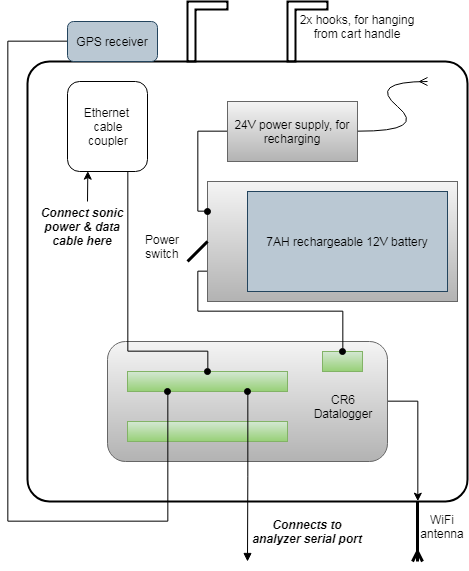
This is img/logger-setup.png from patricktokeeffe/ch4-plume-study, a draw.io export, as it was before one commit. Source tidied: cells renumbered, new cells last; positions are measured from the earlier drawing's top-left corner, leaving out a move shared by most shapes. Source of this version:
```xml
<mxGraphModel>
  <root>
    <mxCell id="0" />
    <mxCell id="1" parent="0" />
    <mxCell id="2" style="rounded=1;whiteSpace=wrap;html=1;fillColor=none;arcSize=5;strokeWidth=2;" parent="1" vertex="1">
      <mxGeometry x="20" y="60" width="440" height="440" as="geometry" />
    </mxCell>
    <mxCell id="3" style="edgeStyle=orthogonalEdgeStyle;rounded=0;html=1;exitX=1;exitY=0.5;exitDx=0;exitDy=0;entryX=0.75;entryY=1;entryDx=0;entryDy=0;jettySize=auto;" parent="1" edge="1" source="4">
      <mxGeometry relative="1" as="geometry">
        <mxPoint x="410" y="500" as="targetPoint" />
        <Array as="points">
          <mxPoint x="410" y="400" />
        </Array>
      </mxGeometry>
    </mxCell>
    <mxCell id="4" style="rounded=1;whiteSpace=wrap;html=1;fillColor=#f5f5f5;strokeColor=#666666;gradientColor=#b3b3b3;" parent="1" vertex="1">
      <mxGeometry x="100" y="340" width="280" height="120" as="geometry" />
    </mxCell>
    <mxCell id="5" style="rounded=0;whiteSpace=wrap;html=1;fillColor=#d5e8d4;strokeColor=#82b366;gradientColor=#97d077;" parent="1" vertex="1">
      <mxGeometry x="315" y="350" width="40" height="20" as="geometry" />
    </mxCell>
    <mxCell id="6" style="rounded=0;whiteSpace=wrap;html=1;fillColor=#d5e8d4;strokeColor=#82b366;gradientColor=#97d077;" parent="1" vertex="1">
      <mxGeometry x="120" y="370" width="160" height="20" as="geometry" />
    </mxCell>
    <mxCell id="7" style="rounded=0;whiteSpace=wrap;html=1;fillColor=#d5e8d4;strokeColor=#82b366;gradientColor=#97d077;" parent="1" vertex="1">
      <mxGeometry x="120" y="420" width="160" height="20" as="geometry" />
    </mxCell>
    <mxCell id="8" value="CR6&lt;br&gt;Datalogger&lt;br&gt;" style="text;html=1;strokeColor=none;fillColor=none;align=center;verticalAlign=middle;whiteSpace=wrap;rounded=0;" parent="1" vertex="1">
      <mxGeometry x="300" y="380" width="70" height="50" as="geometry" />
    </mxCell>
    <mxCell id="9" style="endArrow=ERmany;html=1;exitX=0.75;exitY=1;exitDx=0;exitDy=0;strokeWidth=3;endFill=0;" parent="1" edge="1">
      <mxGeometry relative="1" as="geometry">
        <mxPoint x="410" y="500" as="sourcePoint" />
        <mxPoint x="410" y="560" as="targetPoint" />
      </mxGeometry>
    </mxCell>
    <mxCell id="10" value="WiFi&lt;br&gt;antenna&lt;br&gt;" style="text;html=1;strokeColor=none;fillColor=none;align=center;verticalAlign=middle;whiteSpace=wrap;rounded=0;" parent="1" vertex="1">
      <mxGeometry x="410" y="510" width="50" height="30" as="geometry" />
    </mxCell>
    <mxCell id="11" style="edgeStyle=orthogonalEdgeStyle;rounded=0;html=1;exitX=0;exitY=0.75;exitDx=0;exitDy=0;entryX=0.5;entryY=0;entryDx=0;entryDy=0;jettySize=auto;endArrow=oval;endFill=1;" parent="1" edge="1" source="12" target="5">
      <mxGeometry relative="1" as="geometry">
        <Array as="points">
          <mxPoint x="190" y="270" />
          <mxPoint x="190" y="310" />
          <mxPoint x="335" y="310" />
        </Array>
      </mxGeometry>
    </mxCell>
    <mxCell id="12" style="rounded=0;whiteSpace=wrap;html=1;fillColor=#f5f5f5;strokeColor=#666666;gradientColor=#b3b3b3;" parent="1" vertex="1">
      <mxGeometry x="200" y="180" width="250" height="120" as="geometry" />
    </mxCell>
    <mxCell id="13" value="7AH rechargeable 12V battery" style="rounded=0;whiteSpace=wrap;html=1;fillColor=#bac8d3;strokeColor=#23445d;" parent="1" vertex="1">
      <mxGeometry x="240" y="190" width="200" height="100" as="geometry" />
    </mxCell>
    <mxCell id="14" style="edgeStyle=orthogonalEdgeStyle;rounded=0;html=1;exitX=0.75;exitY=1;exitDx=0;exitDy=0;entryX=0.5;entryY=0;entryDx=0;entryDy=0;jettySize=auto;endArrow=oval;endFill=1;" parent="1" edge="1" source="15" target="6">
      <mxGeometry relative="1" as="geometry">
        <Array as="points">
          <mxPoint x="120" y="350" />
          <mxPoint x="200" y="350" />
        </Array>
      </mxGeometry>
    </mxCell>
    <mxCell id="15" value="Ethernet&amp;nbsp;&lt;br&gt;cable&lt;br&gt;coupler&lt;br&gt;" style="rounded=1;whiteSpace=wrap;html=1;" parent="1" vertex="1">
      <mxGeometry x="60" y="80" width="80" height="90" as="geometry" />
    </mxCell>
    <mxCell id="16" style="endArrow=classic;html=1;entryX=0.25;entryY=1;entryDx=0;entryDy=0;" parent="1" edge="1" target="15">
      <mxGeometry relative="1" as="geometry">
        <mxPoint x="80" y="200" as="sourcePoint" />
      </mxGeometry>
    </mxCell>
    <mxCell id="17" value="Connect sonic power &amp;amp; data cable here" style="text;html=1;strokeColor=none;fillColor=none;align=center;verticalAlign=middle;whiteSpace=wrap;rounded=0;fontStyle=3;" parent="1" vertex="1">
      <mxGeometry x="30" y="200" width="90" height="50" as="geometry" />
    </mxCell>
    <mxCell id="18" style="edgeStyle=orthogonalEdgeStyle;rounded=0;html=1;exitX=0;exitY=0.5;exitDx=0;exitDy=0;entryX=0;entryY=0.25;entryDx=0;entryDy=0;jettySize=auto;endArrow=oval;endFill=1;" parent="1" edge="1" source="19" target="12">
      <mxGeometry relative="1" as="geometry">
        <Array as="points">
          <mxPoint x="190" y="130" />
          <mxPoint x="190" y="210" />
        </Array>
      </mxGeometry>
    </mxCell>
    <mxCell id="19" value="24V power supply, for recharging" style="rounded=0;whiteSpace=wrap;html=1;fillColor=#f5f5f5;strokeColor=#666666;gradientColor=#b3b3b3;" parent="1" vertex="1">
      <mxGeometry x="220" y="100" width="130" height="60" as="geometry" />
    </mxCell>
    <mxCell id="20" style="curved=1;endArrow=ERmany;html=1;exitX=1;exitY=0.5;exitDx=0;exitDy=0;endFill=0;" parent="1" edge="1" source="19">
      <mxGeometry relative="1" as="geometry">
        <mxPoint x="420" y="80" as="targetPoint" />
        <Array as="points">
          <mxPoint x="420" y="130" />
          <mxPoint x="360" y="80" />
        </Array>
      </mxGeometry>
    </mxCell>
    <mxCell id="21" style="edgeStyle=orthogonalEdgeStyle;rounded=0;html=1;exitX=0;exitY=0.5;exitDx=0;exitDy=0;entryX=0.25;entryY=1;entryDx=0;entryDy=0;jettySize=auto;endArrow=oval;endFill=1;" parent="1" edge="1" source="22" target="6">
      <mxGeometry relative="1" as="geometry">
        <Array as="points">
          <mxPoint y="40" />
          <mxPoint y="520" />
          <mxPoint x="160" y="520" />
        </Array>
      </mxGeometry>
    </mxCell>
    <mxCell id="22" value="GPS receiver" style="rounded=1;whiteSpace=wrap;html=1;fillColor=#bac8d3;strokeColor=#23445d;" parent="1" vertex="1">
      <mxGeometry x="60" y="20" width="90" height="40" as="geometry" />
    </mxCell>
    <mxCell id="23" style="edgeStyle=orthogonalEdgeStyle;rounded=0;html=1;exitX=0.75;exitY=1;exitDx=0;exitDy=0;endArrow=block;endFill=1;jettySize=auto;startArrow=oval;startFill=1;" parent="1" edge="1" source="6">
      <mxGeometry relative="1" as="geometry">
        <mxPoint x="240" y="560" as="targetPoint" />
      </mxGeometry>
    </mxCell>
    <mxCell id="24" value="Connects to analyzer serial port" style="text;html=1;strokeColor=none;fillColor=none;align=center;verticalAlign=middle;whiteSpace=wrap;rounded=0;fontStyle=3;" parent="1" vertex="1">
      <mxGeometry x="240" y="510" width="120" height="40" as="geometry" />
    </mxCell>
    <mxCell id="25" style="shape=corner;whiteSpace=wrap;html=1;strokeWidth=2;fillColor=none;dx=8;dy=8;" parent="1" vertex="1">
      <mxGeometry x="180" width="40" height="60" as="geometry" />
    </mxCell>
    <mxCell id="26" style="shape=corner;whiteSpace=wrap;html=1;strokeWidth=2;fillColor=none;dx=8;dy=8;" parent="1" vertex="1">
      <mxGeometry x="280" width="40" height="60" as="geometry" />
    </mxCell>
    <mxCell id="27" value="2x hooks, for hanging from cart handle" style="text;html=1;strokeColor=none;fillColor=none;align=center;verticalAlign=middle;whiteSpace=wrap;rounded=0;" parent="1" vertex="1">
      <mxGeometry x="290" y="10" width="120" height="30" as="geometry" />
    </mxCell>
    <mxCell id="28" style="endArrow=none;html=1;strokeWidth=3;" parent="1" edge="1">
      <mxGeometry relative="1" as="geometry">
        <mxPoint x="180" y="260" as="sourcePoint" />
        <mxPoint x="200" y="240" as="targetPoint" />
      </mxGeometry>
    </mxCell>
    <mxCell id="29" value="Power switch" style="text;html=1;strokeColor=none;fillColor=none;align=center;verticalAlign=middle;whiteSpace=wrap;rounded=0;" parent="1" vertex="1">
      <mxGeometry x="130" y="230" width="50" height="30" as="geometry" />
    </mxCell>
  </root>
</mxGraphModel>
```
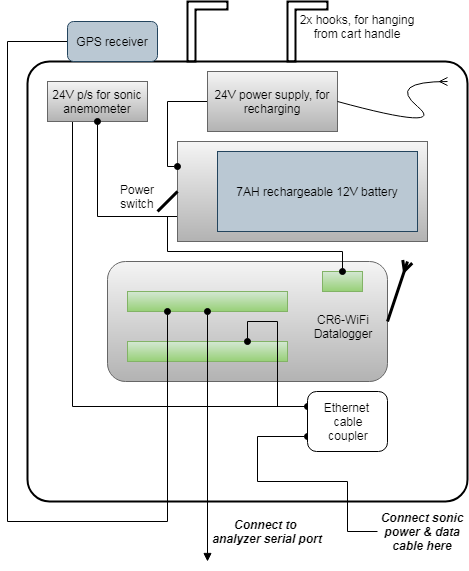
Later version of the same file.

Commit message:
FIX: remember to export image after upates

Change to the diagram source:
```diff
@@ -5,89 +5,93 @@
     <mxCell id="2" style="rounded=1;whiteSpace=wrap;html=1;fillColor=none;arcSize=5;strokeWidth=2;" parent="1" vertex="1">
       <mxGeometry x="20" y="60" width="440" height="440" as="geometry" />
     </mxCell>
-    <mxCell id="3" style="edgeStyle=orthogonalEdgeStyle;rounded=0;html=1;exitX=1;exitY=0.5;exitDx=0;exitDy=0;entryX=0.75;entryY=1;entryDx=0;entryDy=0;jettySize=auto;" parent="1" edge="1" source="4">
-      <mxGeometry relative="1" as="geometry">
-        <mxPoint x="410" y="500" as="targetPoint" />
-        <Array as="points">
-          <mxPoint x="410" y="400" />
-        </Array>
-      </mxGeometry>
-    </mxCell>
+    <mxCell id="30" style="edgeStyle=orthogonalEdgeStyle;rounded=0;jettySize=auto;html=1;exitX=0.25;exitY=1;exitDx=0;exitDy=0;entryX=0;entryY=0.25;entryDx=0;entryDy=0;endArrow=oval;endFill=1;" parent="1" edge="1" source="31" target="15">
+      <mxGeometry relative="1" as="geometry" />
+    </mxCell>
+    <mxCell id="31" value="24V p/s for sonic anemometer" style="rounded=0;whiteSpace=wrap;html=1;fillColor=#f5f5f5;strokeColor=#666666;gradientColor=#b3b3b3;" parent="1" vertex="1">
+      <mxGeometry x="40" y="80" width="100" height="40" as="geometry" />
+    </mxCell>
     <mxCell id="4" style="rounded=1;whiteSpace=wrap;html=1;fillColor=#f5f5f5;strokeColor=#666666;gradientColor=#b3b3b3;" parent="1" vertex="1">
-      <mxGeometry x="100" y="340" width="280" height="120" as="geometry" />
+      <mxGeometry x="100" y="260" width="280" height="120" as="geometry" />
     </mxCell>
     <mxCell id="5" style="rounded=0;whiteSpace=wrap;html=1;fillColor=#d5e8d4;strokeColor=#82b366;gradientColor=#97d077;" parent="1" vertex="1">
-      <mxGeometry x="315" y="350" width="40" height="20" as="geometry" />
+      <mxGeometry x="315" y="270" width="40" height="20" as="geometry" />
     </mxCell>
     <mxCell id="6" style="rounded=0;whiteSpace=wrap;html=1;fillColor=#d5e8d4;strokeColor=#82b366;gradientColor=#97d077;" parent="1" vertex="1">
-      <mxGeometry x="120" y="370" width="160" height="20" as="geometry" />
+      <mxGeometry x="120" y="290" width="160" height="20" as="geometry" />
     </mxCell>
     <mxCell id="7" style="rounded=0;whiteSpace=wrap;html=1;fillColor=#d5e8d4;strokeColor=#82b366;gradientColor=#97d077;" parent="1" vertex="1">
-      <mxGeometry x="120" y="420" width="160" height="20" as="geometry" />
+      <mxGeometry x="120" y="340" width="160" height="20" as="geometry" />
     </mxCell>
-    <mxCell id="8" value="CR6&lt;br&gt;Datalogger&lt;br&gt;" style="text;html=1;strokeColor=none;fillColor=none;align=center;verticalAlign=middle;whiteSpace=wrap;rounded=0;" parent="1" vertex="1">
-      <mxGeometry x="300" y="380" width="70" height="50" as="geometry" />
+    <mxCell id="8" value="CR6-WiFi&lt;br&gt;Datalogger&lt;br&gt;" style="text;html=1;strokeColor=none;fillColor=none;align=center;verticalAlign=middle;whiteSpace=wrap;rounded=0;" parent="1" vertex="1">
+      <mxGeometry x="300" y="300" width="70" height="50" as="geometry" />
     </mxCell>
-    <mxCell id="9" style="endArrow=ERmany;html=1;exitX=0.75;exitY=1;exitDx=0;exitDy=0;strokeWidth=3;endFill=0;" parent="1" edge="1">
+    <mxCell id="9" style="endArrow=ERmany;html=1;strokeWidth=3;endFill=0;" parent="1" edge="1">
       <mxGeometry relative="1" as="geometry">
-        <mxPoint x="410" y="500" as="sourcePoint" />
-        <mxPoint x="410" y="560" as="targetPoint" />
+        <mxPoint x="380" y="320" as="sourcePoint" />
+        <mxPoint x="400" y="260" as="targetPoint" />
       </mxGeometry>
     </mxCell>
-    <mxCell id="10" value="WiFi&lt;br&gt;antenna&lt;br&gt;" style="text;html=1;strokeColor=none;fillColor=none;align=center;verticalAlign=middle;whiteSpace=wrap;rounded=0;" parent="1" vertex="1">
-      <mxGeometry x="410" y="510" width="50" height="30" as="geometry" />
-    </mxCell>
     <mxCell id="11" style="edgeStyle=orthogonalEdgeStyle;rounded=0;html=1;exitX=0;exitY=0.75;exitDx=0;exitDy=0;entryX=0.5;entryY=0;entryDx=0;entryDy=0;jettySize=auto;endArrow=oval;endFill=1;" parent="1" edge="1" source="12" target="5">
       <mxGeometry relative="1" as="geometry">
         <Array as="points">
-          <mxPoint x="190" y="270" />
-          <mxPoint x="190" y="310" />
-          <mxPoint x="335" y="310" />
+          <mxPoint x="160" y="215" />
+          <mxPoint x="160" y="250" />
+          <mxPoint x="335" y="250" />
         </Array>
       </mxGeometry>
     </mxCell>
+    <mxCell id="32" style="edgeStyle=orthogonalEdgeStyle;rounded=0;jettySize=auto;html=1;exitX=0;exitY=0.75;exitDx=0;exitDy=0;entryX=0.5;entryY=1;entryDx=0;entryDy=0;endArrow=oval;endFill=1;" parent="1" edge="1" source="12" target="31">
+      <mxGeometry relative="1" as="geometry" />
+    </mxCell>
     <mxCell id="12" style="rounded=0;whiteSpace=wrap;html=1;fillColor=#f5f5f5;strokeColor=#666666;gradientColor=#b3b3b3;" parent="1" vertex="1">
-      <mxGeometry x="200" y="180" width="250" height="120" as="geometry" />
+      <mxGeometry x="170" y="140" width="250" height="100" as="geometry" />
     </mxCell>
     <mxCell id="13" value="7AH rechargeable 12V battery" style="rounded=0;whiteSpace=wrap;html=1;fillColor=#bac8d3;strokeColor=#23445d;" parent="1" vertex="1">
-      <mxGeometry x="240" y="190" width="200" height="100" as="geometry" />
+      <mxGeometry x="210" y="150" width="200" height="80" as="geometry" />
     </mxCell>
-    <mxCell id="14" style="edgeStyle=orthogonalEdgeStyle;rounded=0;html=1;exitX=0.75;exitY=1;exitDx=0;exitDy=0;entryX=0.5;entryY=0;entryDx=0;entryDy=0;jettySize=auto;endArrow=oval;endFill=1;" parent="1" edge="1" source="15" target="6">
+    <mxCell id="14" style="edgeStyle=orthogonalEdgeStyle;rounded=0;html=1;entryX=0;entryY=0.75;entryDx=0;entryDy=0;jettySize=auto;endArrow=oval;endFill=1;exitX=0;exitY=0.5;exitDx=0;exitDy=0;" parent="1" edge="1" source="17" target="15">
       <mxGeometry relative="1" as="geometry">
         <Array as="points">
-          <mxPoint x="120" y="350" />
-          <mxPoint x="200" y="350" />
+          <mxPoint x="340" y="530" />
+          <mxPoint x="340" y="480" />
+          <mxPoint x="250" y="480" />
+          <mxPoint x="250" y="435" />
         </Array>
       </mxGeometry>
     </mxCell>
+    <mxCell id="33" style="edgeStyle=orthogonalEdgeStyle;rounded=0;jettySize=auto;html=1;exitX=0;exitY=0.25;exitDx=0;exitDy=0;entryX=0.75;entryY=0;entryDx=0;entryDy=0;endArrow=oval;endFill=1;" parent="1" edge="1" source="15" target="7">
+      <mxGeometry relative="1" as="geometry">
+        <Array as="points">
+          <mxPoint x="270" y="405" />
+          <mxPoint x="270" y="320" />
+          <mxPoint x="240" y="320" />
+        </Array>
+      </mxGeometry>
+    </mxCell>
     <mxCell id="15" value="Ethernet&amp;nbsp;&lt;br&gt;cable&lt;br&gt;coupler&lt;br&gt;" style="rounded=1;whiteSpace=wrap;html=1;" parent="1" vertex="1">
-      <mxGeometry x="60" y="80" width="80" height="90" as="geometry" />
+      <mxGeometry x="300" y="390" width="80" height="60" as="geometry" />
     </mxCell>
-    <mxCell id="16" style="endArrow=classic;html=1;entryX=0.25;entryY=1;entryDx=0;entryDy=0;" parent="1" edge="1" target="15">
-      <mxGeometry relative="1" as="geometry">
-        <mxPoint x="80" y="200" as="sourcePoint" />
-      </mxGeometry>
-    </mxCell>
     <mxCell id="17" value="Connect sonic power &amp;amp; data cable here" style="text;html=1;strokeColor=none;fillColor=none;align=center;verticalAlign=middle;whiteSpace=wrap;rounded=0;fontStyle=3;" parent="1" vertex="1">
-      <mxGeometry x="30" y="200" width="90" height="50" as="geometry" />
+      <mxGeometry x="370" y="505" width="90" height="50" as="geometry" />
     </mxCell>
     <mxCell id="18" style="edgeStyle=orthogonalEdgeStyle;rounded=0;html=1;exitX=0;exitY=0.5;exitDx=0;exitDy=0;entryX=0;entryY=0.25;entryDx=0;entryDy=0;jettySize=auto;endArrow=oval;endFill=1;" parent="1" edge="1" source="19" target="12">
       <mxGeometry relative="1" as="geometry">
         <Array as="points">
-          <mxPoint x="190" y="130" />
-          <mxPoint x="190" y="210" />
+          <mxPoint x="160" y="100" />
+          <mxPoint x="160" y="165" />
         </Array>
       </mxGeometry>
     </mxCell>
     <mxCell id="19" value="24V power supply, for recharging" style="rounded=0;whiteSpace=wrap;html=1;fillColor=#f5f5f5;strokeColor=#666666;gradientColor=#b3b3b3;" parent="1" vertex="1">
-      <mxGeometry x="220" y="100" width="130" height="60" as="geometry" />
+      <mxGeometry x="200" y="70" width="130" height="60" as="geometry" />
     </mxCell>
     <mxCell id="20" style="curved=1;endArrow=ERmany;html=1;exitX=1;exitY=0.5;exitDx=0;exitDy=0;endFill=0;" parent="1" edge="1" source="19">
       <mxGeometry relative="1" as="geometry">
-        <mxPoint x="420" y="80" as="targetPoint" />
+        <mxPoint x="440" y="80" as="targetPoint" />
         <Array as="points">
-          <mxPoint x="420" y="130" />
-          <mxPoint x="360" y="80" />
+          <mxPoint x="440" y="130" />
+          <mxPoint x="380" y="80" />
         </Array>
       </mxGeometry>
     </mxCell>
@@ -103,13 +107,16 @@
     <mxCell id="22" value="GPS receiver" style="rounded=1;whiteSpace=wrap;html=1;fillColor=#bac8d3;strokeColor=#23445d;" parent="1" vertex="1">
       <mxGeometry x="60" y="20" width="90" height="40" as="geometry" />
     </mxCell>
-    <mxCell id="23" style="edgeStyle=orthogonalEdgeStyle;rounded=0;html=1;exitX=0.75;exitY=1;exitDx=0;exitDy=0;endArrow=block;endFill=1;jettySize=auto;startArrow=oval;startFill=1;" parent="1" edge="1" source="6">
+    <mxCell id="23" style="edgeStyle=orthogonalEdgeStyle;rounded=0;html=1;endArrow=block;endFill=1;jettySize=auto;startArrow=oval;startFill=1;exitX=0.5;exitY=1;exitDx=0;exitDy=0;" parent="1" edge="1" source="6">
       <mxGeometry relative="1" as="geometry">
-        <mxPoint x="240" y="560" as="targetPoint" />
+        <mxPoint x="200" y="560" as="targetPoint" />
+        <Array as="points">
+          <mxPoint x="200" y="560" />
+        </Array>
       </mxGeometry>
     </mxCell>
-    <mxCell id="24" value="Connects to analyzer serial port" style="text;html=1;strokeColor=none;fillColor=none;align=center;verticalAlign=middle;whiteSpace=wrap;rounded=0;fontStyle=3;" parent="1" vertex="1">
-      <mxGeometry x="240" y="510" width="120" height="40" as="geometry" />
+    <mxCell id="24" value="Connect to &lt;br&gt;analyzer serial port" style="text;html=1;strokeColor=none;fillColor=none;align=center;verticalAlign=middle;whiteSpace=wrap;rounded=0;fontStyle=3;" parent="1" vertex="1">
+      <mxGeometry x="200" y="510" width="120" height="40" as="geometry" />
     </mxCell>
     <mxCell id="25" style="shape=corner;whiteSpace=wrap;html=1;strokeWidth=2;fillColor=none;dx=8;dy=8;" parent="1" vertex="1">
       <mxGeometry x="180" width="40" height="60" as="geometry" />
@@ -122,12 +129,12 @@
     </mxCell>
     <mxCell id="28" style="endArrow=none;html=1;strokeWidth=3;" parent="1" edge="1">
       <mxGeometry relative="1" as="geometry">
-        <mxPoint x="180" y="260" as="sourcePoint" />
-        <mxPoint x="200" y="240" as="targetPoint" />
+        <mxPoint x="150" y="210" as="sourcePoint" />
+        <mxPoint x="170" y="190" as="targetPoint" />
       </mxGeometry>
     </mxCell>
     <mxCell id="29" value="Power switch" style="text;html=1;strokeColor=none;fillColor=none;align=center;verticalAlign=middle;whiteSpace=wrap;rounded=0;" parent="1" vertex="1">
-      <mxGeometry x="130" y="230" width="50" height="30" as="geometry" />
+      <mxGeometry x="110" y="180" width="40" height="30" as="geometry" />
     </mxCell>
   </root>
 </mxGraphModel>
```
